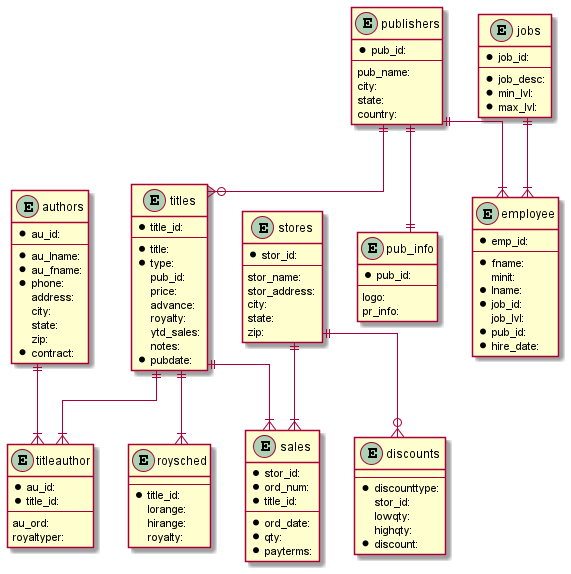
Above: pubs.png in bmrussell/sql2puml (PlantUML), before the change. Its diagram source:
```plantuml
@startuml pubs

skinparam Linetype ortho

entity "authors" as authors {
        * au_id:
        --
        * au_lname:
        * au_fname:
        * phone:
        address:
        city:
        state:
        zip:
        * contract:
}

entity "discounts" as discounts {
        --
        * discounttype:
        stor_id:
        lowqty:
        highqty:
        * discount:
}

entity "employee" as employee {
        * emp_id:
        --
        * fname:
        minit:
        * lname:
        * job_id:
        job_lvl:
        * pub_id:
        * hire_date:
}

entity "jobs" as jobs {
        * job_id:
        --
        * job_desc:
        * min_lvl:
        * max_lvl:
}

entity "pub_info" as pub_info {
        * pub_id:
        --
        logo:
        pr_info:
}

entity "publishers" as publishers {
        * pub_id:
        --
        pub_name:
        city:
        state:
        country:
}

entity "roysched" as roysched {
        --
        * title_id:
        lorange:
        hirange:
        royalty:
}

entity "sales" as sales {
        * stor_id:
        * ord_num:
        * title_id:
        --
        * ord_date:
        * qty:
        * payterms:
}

entity "stores" as stores {
        * stor_id:
        --
        stor_name:
        stor_address:
        city:
        state:
        zip:
}

entity "titleauthor" as titleauthor {
        * au_id:
        * title_id:
        --
        au_ord:
        royaltyper:
}

entity "titles" as titles {
        * title_id:
        --
        * title:
        * type:
        pub_id:
        price:
        advance:
        royalty:
        ytd_sales:
        notes:
        * pubdate:
}



authors ||--|{ titleauthor
jobs ||--|{ employee
publishers ||--|{ employee
publishers ||--|| pub_info
publishers ||--o{ titles
stores ||--o{ discounts
stores ||--|{ sales
titles ||--|{ roysched
titles ||--|{ sales
titles ||--|{ titleauthor

@enduml
```
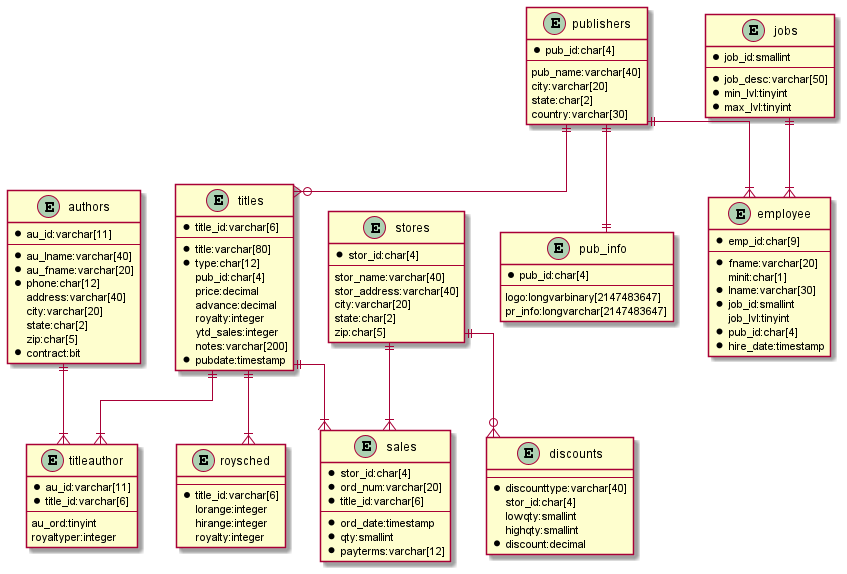
The same file after the commit.

What changed in the source:
```diff
@@ -3,114 +3,112 @@
 skinparam Linetype ortho
 
 entity "authors" as authors {
-        * au_id:
-        --
-        * au_lname:
-        * au_fname:
-        * phone:
-        address:
-        city:
-        state:
-        zip:
-        * contract:
+	* au_id:varchar[11]
+	--
+	* au_lname:varchar[40]
+	* au_fname:varchar[20]
+	* phone:char[12]
+	address:varchar[40]
+	city:varchar[20]
+	state:char[2]
+	zip:char[5]
+	* contract:bit
 }
 
 entity "discounts" as discounts {
-        --
-        * discounttype:
-        stor_id:
-        lowqty:
-        highqty:
-        * discount:
+	--
+	* discounttype:varchar[40]
+	stor_id:char[4]
+	lowqty:smallint
+	highqty:smallint
+	* discount:decimal
 }
 
 entity "employee" as employee {
-        * emp_id:
-        --
-        * fname:
-        minit:
-        * lname:
-        * job_id:
-        job_lvl:
-        * pub_id:
-        * hire_date:
+	* emp_id:char[9]
+	--
+	* fname:varchar[20]
+	minit:char[1]
+	* lname:varchar[30]
+	* job_id:smallint
+	job_lvl:tinyint
+	* pub_id:char[4]
+	* hire_date:timestamp
 }
 
 entity "jobs" as jobs {
-        * job_id:
-        --
-        * job_desc:
-        * min_lvl:
-        * max_lvl:
+	* job_id:smallint
+	--
+	* job_desc:varchar[50]
+	* min_lvl:tinyint
+	* max_lvl:tinyint
 }
 
 entity "pub_info" as pub_info {
-        * pub_id:
-        --
-        logo:
-        pr_info:
+	* pub_id:char[4]
+	--
+	logo:longvarbinary[2147483647]
+	pr_info:longvarchar[2147483647]
 }
 
 entity "publishers" as publishers {
-        * pub_id:
-        --
-        pub_name:
-        city:
-        state:
-        country:
+	* pub_id:char[4]
+	--
+	pub_name:varchar[40]
+	city:varchar[20]
+	state:char[2]
+	country:varchar[30]
 }
 
 entity "roysched" as roysched {
-        --
-        * title_id:
-        lorange:
-        hirange:
-        royalty:
+	--
+	* title_id:varchar[6]
+	lorange:integer
+	hirange:integer
+	royalty:integer
 }
 
 entity "sales" as sales {
-        * stor_id:
-        * ord_num:
-        * title_id:
-        --
-        * ord_date:
-        * qty:
-        * payterms:
+	* stor_id:char[4]
+	* ord_num:varchar[20]
+	* title_id:varchar[6]
+	--
+	* ord_date:timestamp
+	* qty:smallint
+	* payterms:varchar[12]
 }
 
 entity "stores" as stores {
-        * stor_id:
-        --
-        stor_name:
-        stor_address:
-        city:
-        state:
-        zip:
+	* stor_id:char[4]
+	--
+	stor_name:varchar[40]
+	stor_address:varchar[40]
+	city:varchar[20]
+	state:char[2]
+	zip:char[5]
 }
 
 entity "titleauthor" as titleauthor {
-        * au_id:
-        * title_id:
-        --
-        au_ord:
-        royaltyper:
+	* au_id:varchar[11]
+	* title_id:varchar[6]
+	--
+	au_ord:tinyint
+	royaltyper:integer
 }
 
 entity "titles" as titles {
-        * title_id:
-        --
-        * title:
-        * type:
-        pub_id:
-        price:
-        advance:
-        royalty:
-        ytd_sales:
-        notes:
-        * pubdate:
+	* title_id:varchar[6]
+	--
+	* title:varchar[80]
+	* type:char[12]
+	pub_id:char[4]
+	price:decimal
+	advance:decimal
+	royalty:integer
+	ytd_sales:integer
+	notes:varchar[200]
+	* pubdate:timestamp
 }
-
-
 
 authors ||--|{ titleauthor
 jobs ||--|{ employee
```
